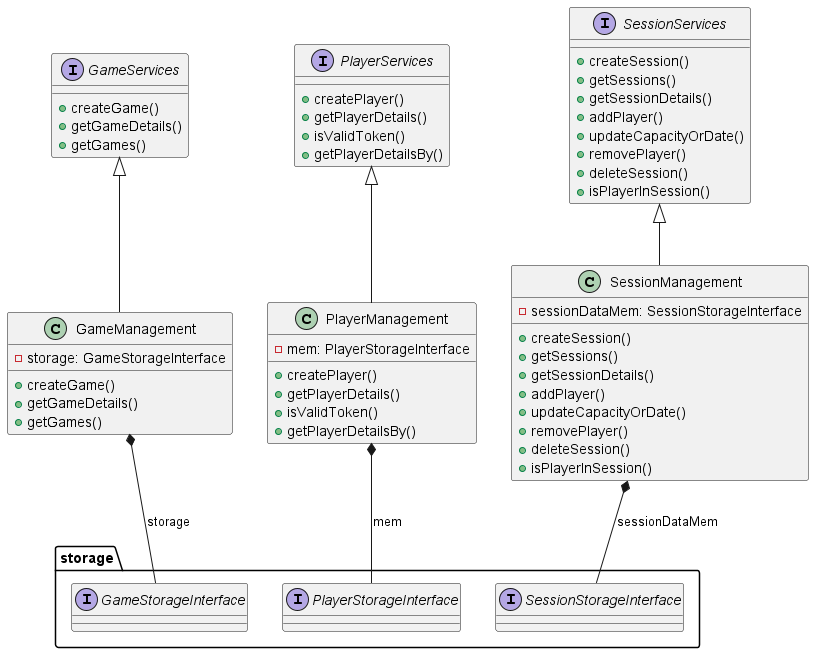
Before: resources/ServicesDiagram.png, a diagram exported from PlantUML (Thuzys/Session_Control). Source of this version:
```plantuml
@startuml

interface GameServices {
    +createGame()
    +getGameDetails()
    +getGames()
}

interface PlayerServices {
    +createPlayer()
    +getPlayerDetails()
    +isValidToken()
    +getPlayerDetailsBy()
}

interface SessionServices {
    + createSession()
    + getSessions()
    + getSessionDetails()
    + addPlayer()
    + updateCapacityOrDate()
    + removePlayer()
    + deleteSession()
    + isPlayerInSession()
}

class GameManagement {
    +createGame()
    +getGameDetails()
    +getGames()
    -storage: GameStorageInterface
}

class PlayerManagement {
    +createPlayer()
    +getPlayerDetails()
    +isValidToken()
    +getPlayerDetailsBy()
    -mem: PlayerStorageInterface
}

class SessionManagement {
    + createSession()
    + getSessions()
    + getSessionDetails()
    + addPlayer()
    + updateCapacityOrDate()
    + removePlayer()
    + deleteSession()
    + isPlayerInSession()
    -sessionDataMem: SessionStorageInterface
}

GameServices <|-- GameManagement
PlayerServices <|-- PlayerManagement
SessionServices <|-- SessionManagement

package storage {
   interface GameStorageInterface
   interface PlayerStorageInterface
   interface SessionStorageInterface

}

GameManagement *-- storage.GameStorageInterface : storage
PlayerManagement *-- storage.PlayerStorageInterface : mem
SessionManagement *-- storage.SessionStorageInterface : sessionDataMem


@enduml
```
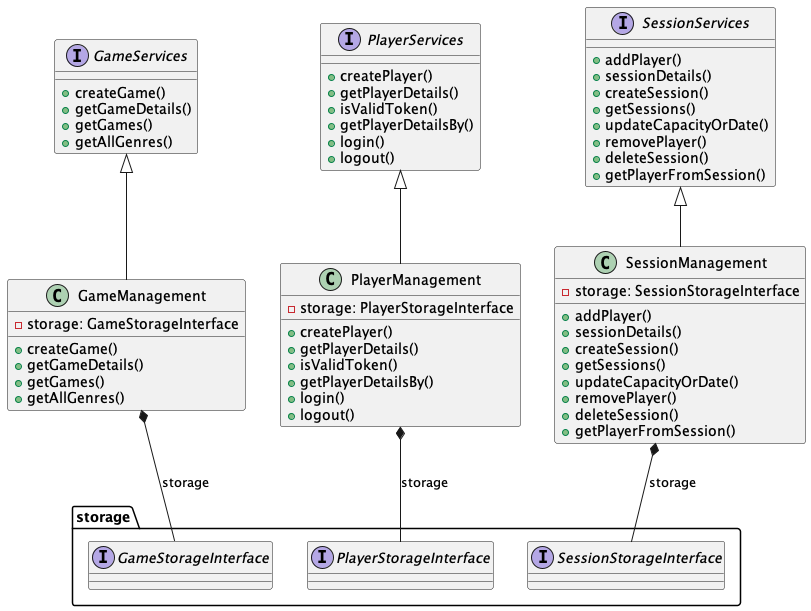
After the change.

Diff of the diagram source:
```diff
@@ -4,6 +4,7 @@
     +createGame()
     +getGameDetails()
     +getGames()
+    +getAllGenres()
 }
 
 interface PlayerServices {
@@ -11,23 +12,26 @@
     +getPlayerDetails()
     +isValidToken()
     +getPlayerDetailsBy()
+    +login()
+    +logout()
 }
 
 interface SessionServices {
-    + createSession()
-    + getSessions()
-    + getSessionDetails()
-    + addPlayer()
-    + updateCapacityOrDate()
-    + removePlayer()
-    + deleteSession()
-    + isPlayerInSession()
+    +addPlayer()
+    +sessionDetails()
+    +createSession()
+    +getSessions()
+    +updateCapacityOrDate()
+    +removePlayer()
+    +deleteSession()
+    +getPlayerFromSession()
 }
 
 class GameManagement {
     +createGame()
     +getGameDetails()
     +getGames()
+    +getAllGenres()
     -storage: GameStorageInterface
 }
 
@@ -36,19 +40,21 @@
     +getPlayerDetails()
     +isValidToken()
     +getPlayerDetailsBy()
-    -mem: PlayerStorageInterface
+    +login()
+    +logout()
+    -storage: PlayerStorageInterface
 }
 
 class SessionManagement {
-    + createSession()
-    + getSessions()
-    + getSessionDetails()
-    + addPlayer()
-    + updateCapacityOrDate()
-    + removePlayer()
-    + deleteSession()
-    + isPlayerInSession()
-    -sessionDataMem: SessionStorageInterface
+    +addPlayer()
+    +sessionDetails()
+    +createSession()
+    +getSessions()
+    +updateCapacityOrDate()
+    +removePlayer()
+    +deleteSession()
+    +getPlayerFromSession()
+    -storage: SessionStorageInterface
 }
 
 GameServices <|-- GameManagement
@@ -63,8 +69,7 @@
 }
 
 GameManagement *-- storage.GameStorageInterface : storage
-PlayerManagement *-- storage.PlayerStorageInterface : mem
-SessionManagement *-- storage.SessionStorageInterface : sessionDataMem
-
+PlayerManagement *-- storage.PlayerStorageInterface : storage
+SessionManagement *-- storage.SessionStorageInterface : storage
 
 @enduml
```
